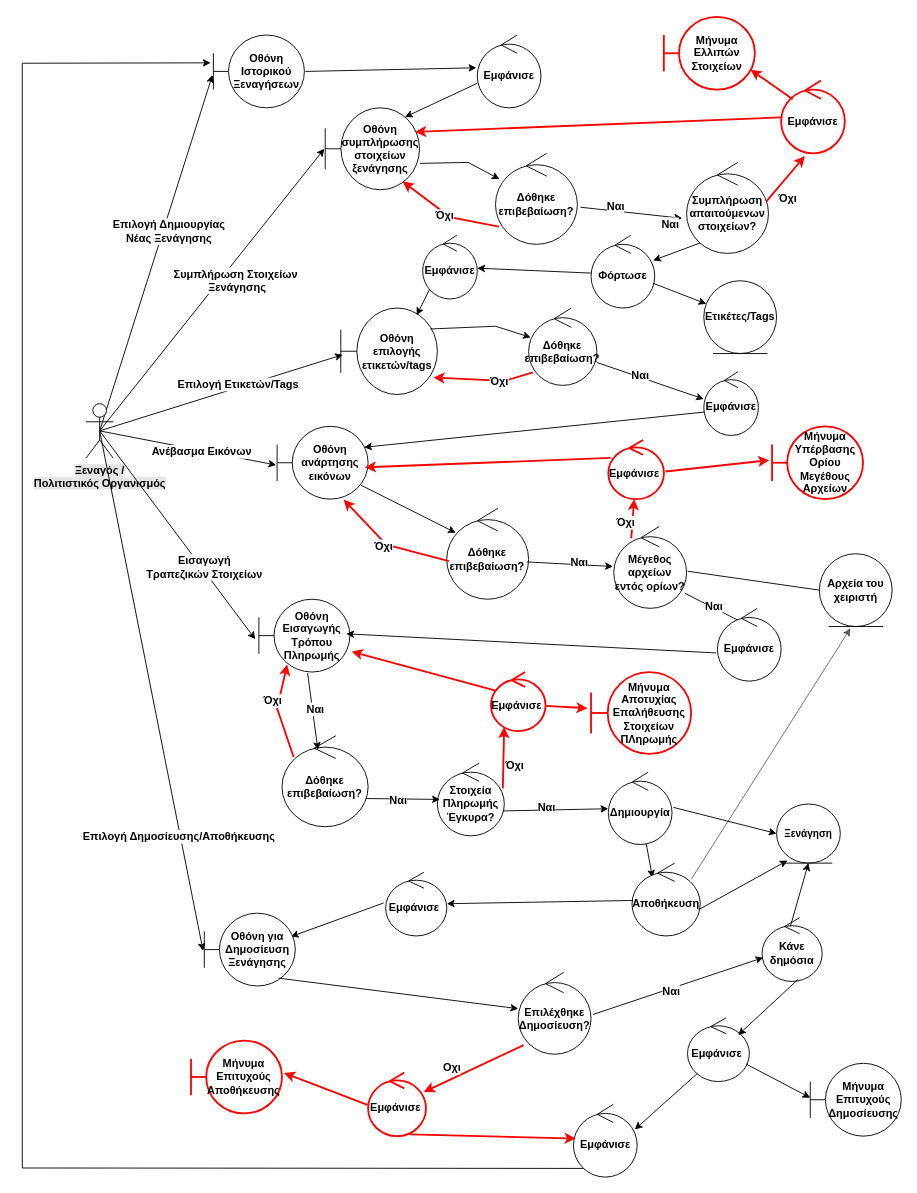
Above: Phase-4/TempFiles/Diagrams/CreateTour_Robustness_v2.drawio in sfikastheo/CEID-SoftwareEngineering-2023 (draw.io), before the change. Source tidied: cells renumbered, new cells numbered last; positions are measured from the earlier drawing's top-left corner, leaving out a move shared by most shapes. Both pictures are drawn from the tidied source at 91%, with x=0, y=0 at pixel (22, 16).
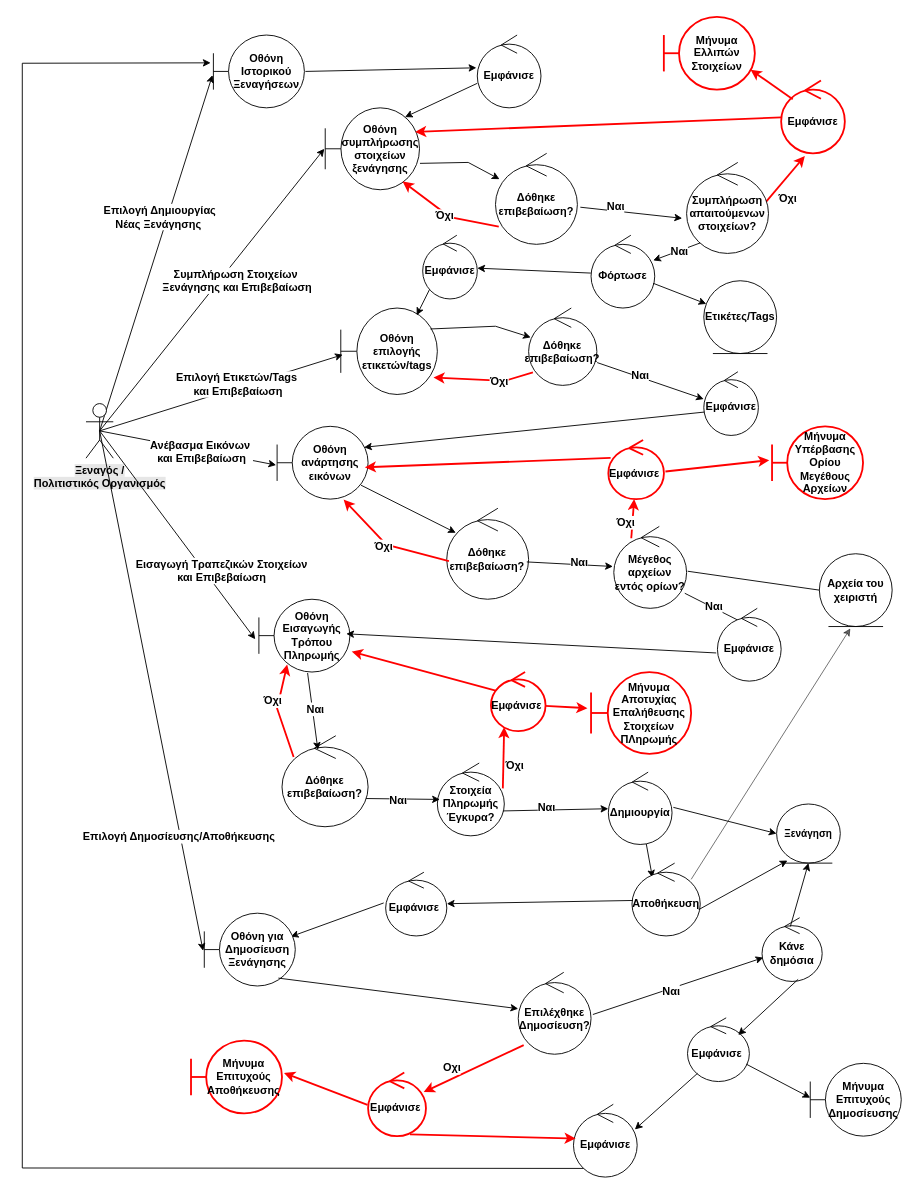
The same page after the edit.

Unchanged cells that the change refers to:
```xml
<mxCell id="3" style="endArrow=classic;html=1;rounded=0;exitX=0.5;exitY=0.5;exitDx=0;exitDy=0;exitPerimeter=0;entryX=-0.01;entryY=0.55;entryDx=0;entryDy=0;entryPerimeter=0;fontStyle=1;" parent="1" edge="1" source="5" target="2">
  <mxGeometry relative="1" as="geometry" />
</mxCell>
<mxCell id="5" value="&lt;span style=&quot;background-color: rgb(230, 230, 230);&quot;&gt;Ξεναγός / &lt;br&gt;Πολιτιστικός Οργανισμός&lt;/span&gt;" style="shape=umlActor;verticalLabelPosition=bottom;verticalAlign=top;html=1;outlineConnect=0;fontStyle=1;" parent="1" vertex="1">
  <mxGeometry x="70" y="425" width="30" height="60" as="geometry" />
</mxCell>
<mxCell id="10" style="endArrow=classic;html=1;rounded=0;exitX=0.5;exitY=0.5;exitDx=0;exitDy=0;exitPerimeter=0;entryX=-0.01;entryY=0.5;entryDx=0;entryDy=0;entryPerimeter=0;fontStyle=1;" parent="1" edge="1" source="5" target="7">
  <mxGeometry relative="1" as="geometry" />
</mxCell>
<mxCell id="15" style="endArrow=classic;html=1;rounded=0;exitX=0.5;exitY=0.5;exitDx=0;exitDy=0;exitPerimeter=0;entryX=0.02;entryY=0.54;entryDx=0;entryDy=0;entryPerimeter=0;fontStyle=1;" parent="1" edge="1" source="5" target="13">
  <mxGeometry relative="1" as="geometry" />
</mxCell>
<mxCell id="26" style="endArrow=classic;html=1;rounded=0;exitX=0.5;exitY=0.5;exitDx=0;exitDy=0;exitPerimeter=0;entryX=-0.01;entryY=0.532;entryDx=0;entryDy=0;entryPerimeter=0;fontStyle=1;" parent="1" edge="1" source="5" target="17">
  <mxGeometry relative="1" as="geometry" />
</mxCell>
<mxCell id="29" value="Οθόνη Εισαγωγής Τρόπου Πληρωμής" style="shape=umlBoundary;whiteSpace=wrap;html=1;fontStyle=1;" parent="1" vertex="1">
  <mxGeometry x="260" y="640" width="100" height="80" as="geometry" />
</mxCell>
<mxCell id="97" style="endArrow=classic;html=1;rounded=0;exitX=0.5;exitY=0.5;exitDx=0;exitDy=0;exitPerimeter=0;entryX=-0.013;entryY=0.517;entryDx=0;entryDy=0;entryPerimeter=0;" parent="1" edge="1" source="5" target="94">
  <mxGeometry relative="1" as="geometry" />
</mxCell>
```

Diff of the diagram source:
```diff
@@
-    <mxCell id="4" value="&lt;font style=&quot;font-size: 12px;&quot;&gt;Επιλογή Δημιουργίας &lt;br&gt;Νέας Ξενάγησης&lt;/font&gt;" style="edgeLabel;html=1;align=center;verticalAlign=middle;fontStyle=1;" parent="3" vertex="1">
+    <mxCell id="4" value="&lt;font style=&quot;font-size: 12px;&quot;&gt;Επιλογή Δημιουργίας &lt;br&gt;Νέας Ξενάγησης&amp;nbsp;&lt;/font&gt;" style="edgeLabel;html=1;align=center;verticalAlign=middle;fontStyle=1;" parent="3" vertex="1">
       <mxGeometry x="-0.22" y="1" relative="1" as="geometry">
-        <mxPoint x="28" y="-67" as="offset" />
+        <mxPoint x="18" y="-83" as="offset" />
       </mxGeometry>
     </mxCell>
@@
-    <mxCell id="11" value="&lt;font style=&quot;font-size: 12px;&quot;&gt;Συμπλήρωση Στοιχείων&amp;nbsp;&lt;br&gt;Ξενάγησης&lt;br&gt;&lt;/font&gt;" style="edgeLabel;html=1;align=center;verticalAlign=middle;fontStyle=1;" parent="10" vertex="1">
+    <mxCell id="11" value="&lt;font style=&quot;font-size: 12px;&quot;&gt;Συμπλήρωση Στοιχείων&amp;nbsp;&lt;br&gt;Ξενάγησης και Επιβεβαίωση&lt;br&gt;&lt;/font&gt;" style="edgeLabel;html=1;align=center;verticalAlign=middle;fontStyle=1;" parent="10" vertex="1">
       <mxGeometry x="0.32" y="1" relative="1" as="geometry">
         <mxPoint x="-12" y="40" as="offset" />
       </mxGeometry>
     </mxCell>
@@
-    <mxCell id="16" value="&lt;font style=&quot;font-size: 12px;&quot;&gt;Επιλογή Ετικετών/Tags&lt;/font&gt;" style="edgeLabel;html=1;align=center;verticalAlign=middle;fontStyle=1;" parent="15" vertex="1">
+    <mxCell id="16" value="&lt;font style=&quot;font-size: 12px;&quot;&gt;Επιλογή Ετικετών/Tags&amp;nbsp;&lt;br&gt;και Επιβεβαίωση&lt;br&gt;&lt;/font&gt;" style="edgeLabel;html=1;align=center;verticalAlign=middle;fontStyle=1;" parent="15" vertex="1">
       <mxGeometry x="0.14" y="4" relative="1" as="geometry" />
     </mxCell>
@@
-    <mxCell id="27" value="&lt;font style=&quot;font-size: 12px;&quot;&gt;Ανέβασμα Εικόνων&lt;/font&gt;" style="edgeLabel;html=1;align=center;verticalAlign=middle;fontStyle=1;" parent="26" vertex="1">
+    <mxCell id="27" value="&lt;font style=&quot;font-size: 12px;&quot;&gt;Ανέβασμα Εικόνων&amp;nbsp;&lt;br&gt;και Επιβεβαίωση&lt;br&gt;&lt;/font&gt;" style="edgeLabel;html=1;align=center;verticalAlign=middle;fontStyle=1;" parent="26" vertex="1">
       <mxGeometry x="0.15" y="-1" relative="1" as="geometry" />
     </mxCell>
@@
     <mxCell id="75" value="&lt;b&gt;&lt;font style=&quot;font-size: 12px;&quot;&gt;Ναι&lt;/font&gt;&lt;/b&gt;" style="edgeLabel;html=1;align=center;verticalAlign=middle;" parent="1" vertex="1">
-      <mxGeometry x="690" y="170.2" as="geometry">
+      <mxGeometry x="700" y="200" as="geometry">
         <mxPoint x="21" y="57" as="offset" />
       </mxGeometry>
     </mxCell>
@@
-    <mxCell id="98" value="&lt;font style=&quot;font-size: 12px;&quot;&gt;&lt;b&gt;Επιλογή Δημοσίευσης/Αποθήκευσης&lt;/b&gt;&lt;/font&gt;" style="edgeLabel;html=1;align=center;verticalAlign=middle;" parent="97" vertex="1">
+    <mxCell id="98" value="&lt;font style=&quot;font-size: 12px;&quot;&gt;&lt;b&gt;Επιλογή Δημοσίευσης/Αποθήκευσης&lt;br&gt;&lt;/b&gt;&lt;/font&gt;" style="edgeLabel;html=1;align=center;verticalAlign=middle;" parent="97" vertex="1">
       <mxGeometry x="0.56" y="-2" relative="1" as="geometry" />
     </mxCell>
@@
-    <mxCell id="113" value="&lt;font style=&quot;font-size: 12px;&quot;&gt;Εισαγωγή &lt;br&gt;Τραπεζικών Στοιχείων&lt;/font&gt;" style="endArrow=classic;html=1;rounded=0;exitX=0.5;exitY=0.5;exitDx=0;exitDy=0;exitPerimeter=0;entryX=-0.04;entryY=0.55;entryDx=0;entryDy=0;entryPerimeter=0;fontStyle=1;" parent="1" edge="1" source="5" target="29">
-      <mxGeometry x="0.32" y="3" relative="1" as="geometry" />
+    <mxCell id="113" value="&lt;font style=&quot;font-size: 12px;&quot;&gt;Εισαγωγή Τραπεζικών Στοιχείων&lt;br&gt;και Επιβεβαίωση&lt;br&gt;&lt;/font&gt;" style="endArrow=classic;html=1;rounded=0;exitX=0.5;exitY=0.5;exitDx=0;exitDy=0;exitPerimeter=0;entryX=-0.04;entryY=0.55;entryDx=0;entryDy=0;entryPerimeter=0;fontStyle=1;" parent="1" edge="1" source="5" target="29">
+      <mxGeometry x="0.43" y="15" relative="1" as="geometry" />
     </mxCell>
```
